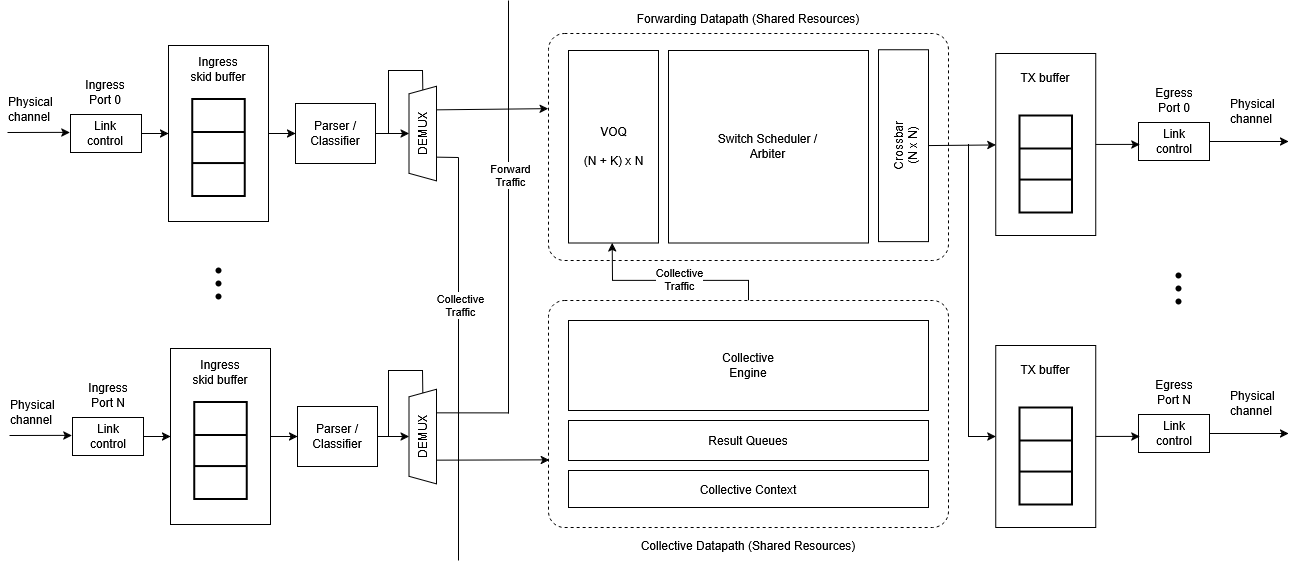
This is docs/assets/images/architecture/overview.png from uniquadev/prism, a draw.io export, as it was before one commit. Source tidied: cells renumbered, new cells last; positions are measured from the earlier drawing's top-left corner, leaving out a move shared by most shapes.
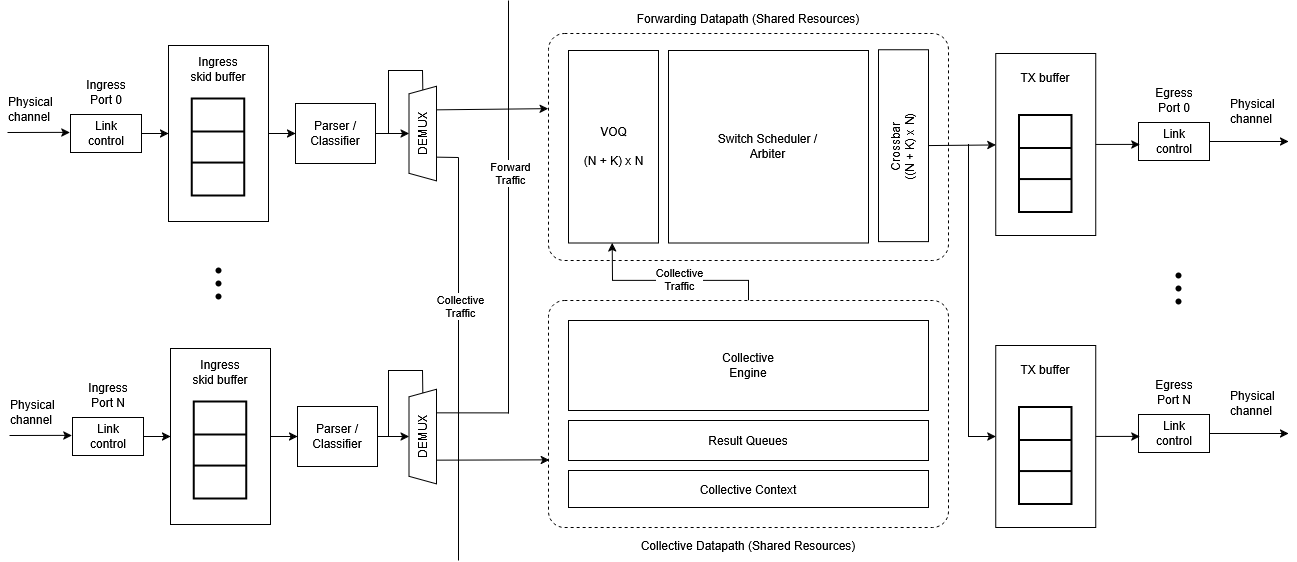
Above is the later version.

Commit message:
architecture overview update

Diff of the diagram source:
```diff
@@ -231,8 +231,8 @@
     <mxCell id="67" style="verticalLabelPosition=bottom;verticalAlign=top;html=1;shape=mxgraph.basic.rect;fillColor2=none;strokeWidth=1;size=20;indent=5;rotation=90;" parent="66" vertex="1">
       <mxGeometry x="-70.9" y="72.8" width="191.9" height="50" as="geometry" />
     </mxCell>
-    <mxCell id="68" value="&lt;div&gt;Crossbar&lt;/div&gt;(N x N)" style="text;html=1;whiteSpace=wrap;strokeColor=none;fillColor=none;align=center;verticalAlign=middle;rounded=0;rotation=-90;" parent="66" vertex="1">
-      <mxGeometry x="-2.2" y="75.8" width="60" height="43.9" as="geometry" />
+    <mxCell id="68" value="&lt;div&gt;Crossbar&lt;/div&gt;((N + K) x N)" style="text;html=1;whiteSpace=wrap;strokeColor=none;fillColor=none;align=center;verticalAlign=middle;rounded=0;rotation=-90;" parent="66" vertex="1">
+      <mxGeometry x="-16.1" y="76.8" width="82.2" height="43.9" as="geometry" />
     </mxCell>
     <mxCell id="69" style="edgeStyle=none;rounded=0;jettySize=auto;html=1;exitX=1;exitY=0.5;exitDx=0;exitDy=0;elbow=vertical;endArrow=none;endFill=0;" parent="1" edge="1" source="41">
       <mxGeometry relative="1" as="geometry">
```
